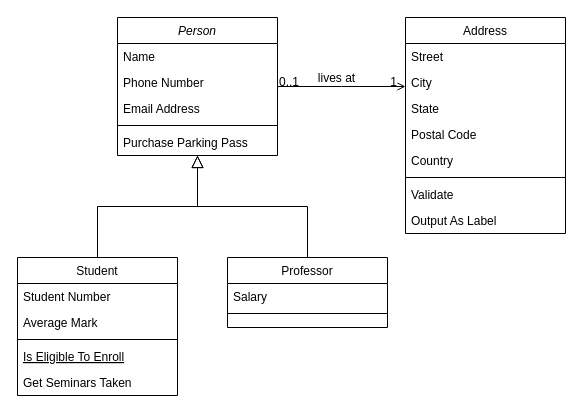
Earlier version of the draw.io diagram Untitled Diagram.drawio (snow8261/drawio). Source tidied: cells renumbered, new cells numbered last; positions are measured from the earlier drawing's top-left corner, leaving out a move shared by most shapes. Both pictures are drawn from the tidied source at 100%, with x=0, y=0 at pixel (17, 17).
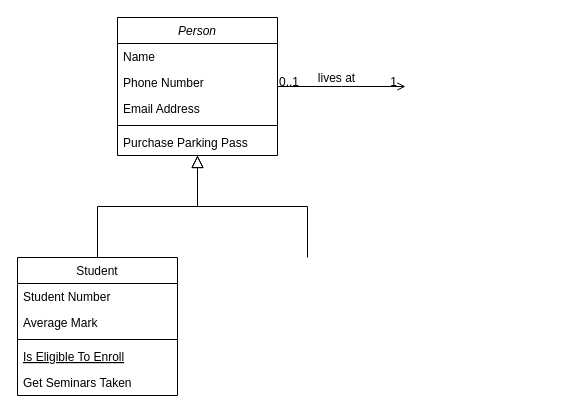
The same diagram, later.

The change refers to these unchanged cells:
```xml
<mxCell id="2" value="Person" style="swimlane;fontStyle=2;align=center;verticalAlign=top;horizontal=1;startSize=26;rounded=0;shadow=0;strokeWidth=1;" parent="1" vertex="1">
  <mxGeometry x="100" width="160" height="138" as="geometry" />
</mxCell>
```

Diff of the diagram source:
```diff
@@
-    <mxCell id="15" value="Professor" style="swimlane;fontStyle=0;align=center;verticalAlign=top;horizontal=1;startSize=26;rounded=0;shadow=0;strokeWidth=1;" parent="1" vertex="1">
-      <mxGeometry x="210" y="240" width="160" height="70" as="geometry" />
-    </mxCell>
-    <mxCell id="16" value="Salary" style="text;align=left;verticalAlign=top;spacingLeft=4;spacingRight=4;overflow=hidden;" parent="15" vertex="1">
-      <mxGeometry y="26" width="160" height="26" as="geometry" />
-    </mxCell>
-    <mxCell id="17" style="line;html=1;strokeWidth=1;align=left;verticalAlign=middle;spacingTop=-1;spacingLeft=3;spacingRight=3;labelPosition=right;" parent="15" vertex="1">
-      <mxGeometry y="52" width="160" height="8" as="geometry" />
-    </mxCell>
-    <mxCell id="18" style="endArrow=block;endSize=10;endFill=0;shadow=0;strokeWidth=1;rounded=0;edgeStyle=elbowEdgeStyle;elbow=vertical;" parent="1" edge="1" source="15" target="2">
-      <mxGeometry relative="1" as="geometry" />
+    <mxCell id="18" style="endArrow=block;endSize=10;endFill=0;shadow=0;strokeWidth=1;rounded=0;edgeStyle=elbowEdgeStyle;elbow=vertical;" parent="1" edge="1" target="2">
+      <mxGeometry relative="1" as="geometry">
+        <mxPoint x="290" y="240" as="sourcePoint" />
+      </mxGeometry>
     </mxCell>
-    <mxCell id="19" value="Address" style="swimlane;fontStyle=0;align=center;verticalAlign=top;horizontal=1;startSize=26;rounded=0;shadow=0;strokeWidth=1;" parent="1" vertex="1">
-      <mxGeometry x="388" width="160" height="216" as="geometry" />
-    </mxCell>
-    <mxCell id="20" value="Street" style="text;align=left;verticalAlign=top;spacingLeft=4;spacingRight=4;overflow=hidden;" parent="19" vertex="1">
-      <mxGeometry y="26" width="160" height="26" as="geometry" />
-    </mxCell>
-    <mxCell id="21" value="City" style="text;align=left;verticalAlign=top;spacingLeft=4;spacingRight=4;overflow=hidden;rounded=0;shadow=0;html=0;" parent="19" vertex="1">
-      <mxGeometry y="52" width="160" height="26" as="geometry" />
-    </mxCell>
-    <mxCell id="22" value="State" style="text;align=left;verticalAlign=top;spacingLeft=4;spacingRight=4;overflow=hidden;rounded=0;shadow=0;html=0;" parent="19" vertex="1">
-      <mxGeometry y="78" width="160" height="26" as="geometry" />
-    </mxCell>
-    <mxCell id="23" value="Postal Code" style="text;align=left;verticalAlign=top;spacingLeft=4;spacingRight=4;overflow=hidden;rounded=0;shadow=0;html=0;" parent="19" vertex="1">
-      <mxGeometry y="104" width="160" height="26" as="geometry" />
-    </mxCell>
-    <mxCell id="24" value="Country" style="text;align=left;verticalAlign=top;spacingLeft=4;spacingRight=4;overflow=hidden;rounded=0;shadow=0;html=0;" parent="19" vertex="1">
-      <mxGeometry y="130" width="160" height="26" as="geometry" />
-    </mxCell>
-    <mxCell id="25" style="line;html=1;strokeWidth=1;align=left;verticalAlign=middle;spacingTop=-1;spacingLeft=3;spacingRight=3;labelPosition=right;" parent="19" vertex="1">
-      <mxGeometry y="156" width="160" height="8" as="geometry" />
-    </mxCell>
-    <mxCell id="26" value="Validate" style="text;align=left;verticalAlign=top;spacingLeft=4;spacingRight=4;overflow=hidden;" parent="19" vertex="1">
-      <mxGeometry y="164" width="160" height="26" as="geometry" />
-    </mxCell>
-    <mxCell id="27" value="Output As Label" style="text;align=left;verticalAlign=top;spacingLeft=4;spacingRight=4;overflow=hidden;" parent="19" vertex="1">
-      <mxGeometry y="190" width="160" height="26" as="geometry" />
-    </mxCell>
-    <mxCell id="28" style="endArrow=open;shadow=0;strokeWidth=1;rounded=0;endFill=1;edgeStyle=elbowEdgeStyle;elbow=vertical;" parent="1" edge="1" source="2" target="19">
+    <mxCell id="28" style="endArrow=open;shadow=0;strokeWidth=1;rounded=0;endFill=1;edgeStyle=elbowEdgeStyle;elbow=vertical;" parent="1" edge="1" source="2">
       <mxGeometry x="0.5" y="41" relative="1" as="geometry">
+        <mxPoint x="388" y="69" as="targetPoint" />
         <mxPoint x="-40" y="32" as="offset" />
       </mxGeometry>
     </mxCell>
```
